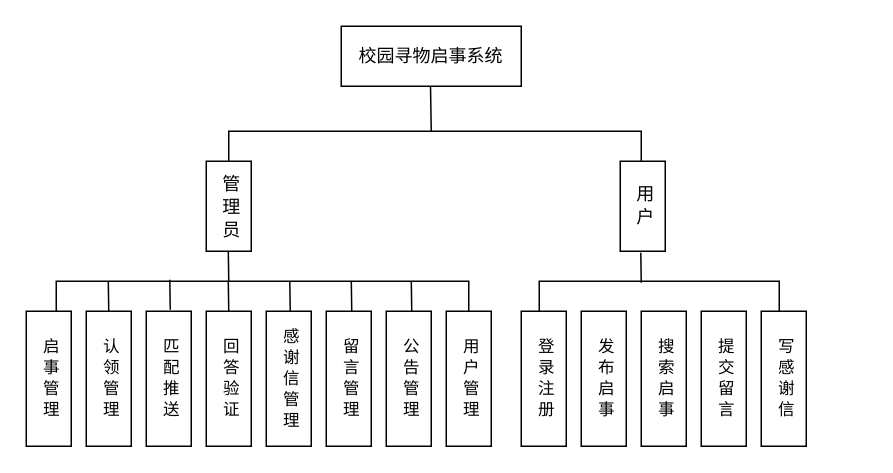
Earlier version of the draw.io diagram 未命名绘图.drawio (xin660/Typecho-A-My). Source tidied: cells renumbered, new cells numbered last; positions are measured from the earlier drawing's top-left corner, leaving out a move shared by most shapes. Both pictures are drawn from the tidied source at 150%, with x=0, y=0 at pixel (26, 26).
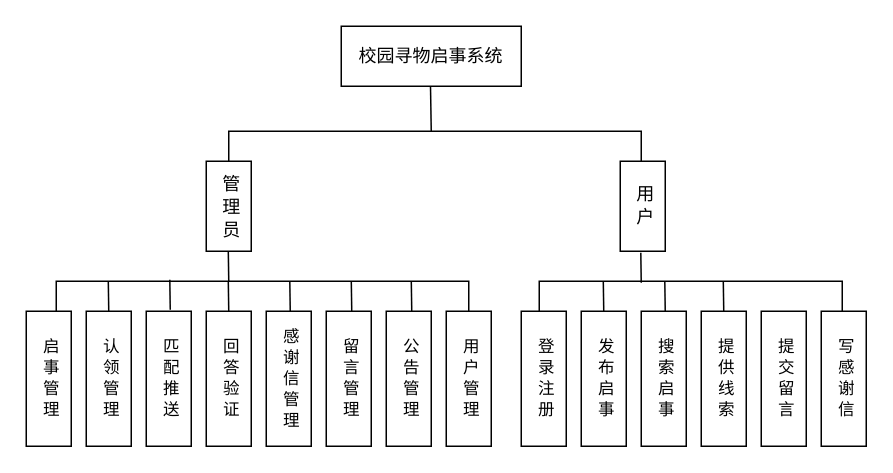
After the change.

Commit message:
更新未命名绘图.drawio

The edit, as a diff of the source:
```diff
@@
     <mxCell id="23" style="shape=partialRectangle;whiteSpace=wrap;html=1;bottom=1;right=1;left=1;top=0;fillColor=none;routingCenterX=-0.5;rotation=-180;" parent="1" vertex="1">
-      <mxGeometry x="342" y="170" width="160" height="20" as="geometry" />
+      <mxGeometry x="342" y="170" width="202" height="20" as="geometry" />
     </mxCell>
@@
-    <mxCell id="28" value="提 交 留 言" style="rounded=0;align=center;verticalAlign=middle;spacingTop=0;html=1;labelPosition=center;verticalLabelPosition=middle;fontSize=11;spacing=0;spacingBottom=0;spacingLeft=0;horizontal=1;textDirection=vertical-lr;whiteSpace=wrap;" parent="1" vertex="1">
+    <mxCell id="28" value="提 供 线 索" style="rounded=0;align=center;verticalAlign=middle;spacingTop=0;html=1;labelPosition=center;verticalLabelPosition=middle;fontSize=11;spacing=0;spacingBottom=0;spacingLeft=0;horizontal=1;textDirection=vertical-lr;whiteSpace=wrap;" parent="1" vertex="1">
       <mxGeometry x="450" y="190" width="30" height="90" as="geometry" />
     </mxCell>
-    <mxCell id="29" value="写 感 谢 信" style="rounded=0;align=center;verticalAlign=middle;spacingTop=0;html=1;labelPosition=center;verticalLabelPosition=middle;fontSize=11;spacing=0;spacingBottom=0;spacingLeft=0;horizontal=1;textDirection=vertical-lr;whiteSpace=wrap;" parent="1" vertex="1">
+    <mxCell id="29" value="提 交 留 言" style="rounded=0;align=center;verticalAlign=middle;spacingTop=0;html=1;labelPosition=center;verticalLabelPosition=middle;fontSize=11;spacing=0;spacingBottom=0;spacingLeft=0;horizontal=1;textDirection=vertical-lr;whiteSpace=wrap;" parent="1" vertex="1">
       <mxGeometry x="490" y="190" width="30" height="90" as="geometry" />
     </mxCell>
+    <mxCell id="30" style="endArrow=none;html=1;rounded=0;exitX=0.5;exitY=0;exitDx=0;exitDy=0;" parent="1" edge="1">
+      <mxGeometry relative="1" as="geometry">
+        <mxPoint x="385" y="190" as="sourcePoint" />
+        <mxPoint x="384.7" y="170" as="targetPoint" />
+      </mxGeometry>
+    </mxCell>
+    <mxCell id="31" style="endArrow=none;html=1;rounded=0;exitX=0.5;exitY=0;exitDx=0;exitDy=0;" parent="1" edge="1">
+      <mxGeometry relative="1" as="geometry">
+        <mxPoint x="426" y="190" as="sourcePoint" />
+        <mxPoint x="425.7" y="170" as="targetPoint" />
+      </mxGeometry>
+    </mxCell>
+    <mxCell id="32" style="endArrow=none;html=1;rounded=0;exitX=0.5;exitY=0;exitDx=0;exitDy=0;" parent="1" edge="1">
+      <mxGeometry relative="1" as="geometry">
+        <mxPoint x="465" y="190" as="sourcePoint" />
+        <mxPoint x="464.7" y="170" as="targetPoint" />
+      </mxGeometry>
+    </mxCell>
+    <mxCell id="33" value="写 感 谢 信" style="rounded=0;align=center;verticalAlign=middle;spacingTop=0;html=1;labelPosition=center;verticalLabelPosition=middle;fontSize=11;spacing=0;spacingBottom=0;spacingLeft=0;horizontal=1;textDirection=vertical-lr;whiteSpace=wrap;" parent="1" vertex="1">
+      <mxGeometry x="530" y="190" width="30" height="90" as="geometry" />
+    </mxCell>
```
